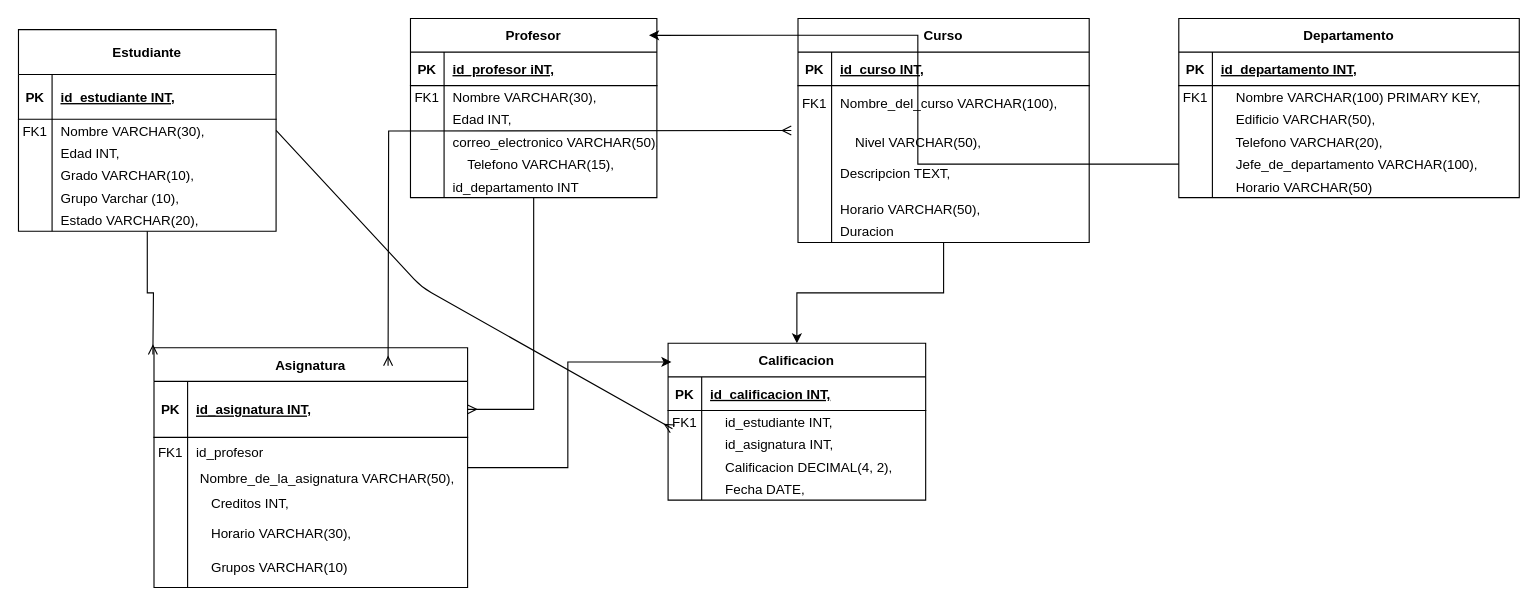
Earlier version of the draw.io diagram Diagrama/Examen3.drawio (JAntonioCoder/fbd-Juan-Antonio). Source tidied: cells renumbered, new cells numbered last; positions are measured from the earlier drawing's top-left corner, leaving out a move shared by most shapes. Both pictures are drawn from the tidied source at 112%, with x=0, y=0 at pixel (18, 18).
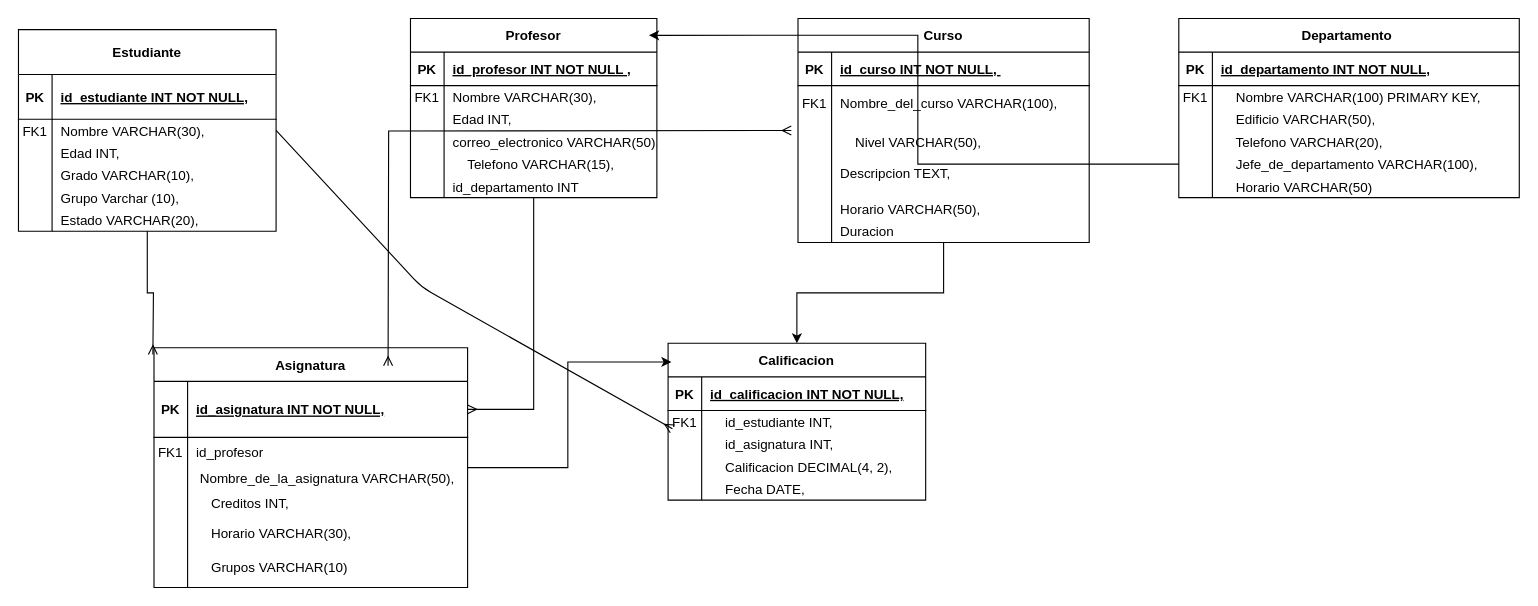
The same diagram, later.

Commit message:
Actualizacion U3 Examen

The change refers to these unchanged cells:
```xml
<mxCell id="3" style="shape=partialRectangle;fillColor=none;top=0;left=0;right=0;bottom=1;" parent="2" vertex="1">
  <mxGeometry y="40" width="230" height="40" as="geometry" />
</mxCell>
<mxCell id="23" style="shape=partialRectangle;fillColor=none;top=0;left=0;right=0;bottom=1;" parent="22" vertex="1">
  <mxGeometry y="30" width="220" height="30" as="geometry" />
</mxCell>
<mxCell id="43" style="shape=partialRectangle;fillColor=none;top=0;left=0;right=0;bottom=1;" parent="42" vertex="1">
  <mxGeometry y="30" width="260" height="30" as="geometry" />
</mxCell>
<mxCell id="62" style="shape=partialRectangle;fillColor=none;points=[[0,0.5],[1,0.5]];portConstraint=eastwest;top=0;left=0;right=0;bottom=1;" parent="61" vertex="1">
  <mxGeometry y="30" width="280" height="50" as="geometry" />
</mxCell>
<mxCell id="81" style="shape=partialRectangle;fillColor=none;top=0;left=0;right=0;bottom=1;" parent="80" vertex="1">
  <mxGeometry y="30" width="230" height="30" as="geometry" />
</mxCell>
<mxCell id="97" style="shape=partialRectangle;fillColor=none;top=0;left=0;right=0;bottom=1;" parent="96" vertex="1">
  <mxGeometry y="30" width="304" height="30" as="geometry" />
</mxCell>
```

Diff of the diagram source:
```diff
@@
-    <mxCell id="5" value="id_estudiante INT," style="shape=partialRectangle;overflow=hidden;fillColor=none;top=0;left=0;bottom=0;right=0;align=left;spacingLeft=6;fontStyle=5;" parent="3" vertex="1">
+    <mxCell id="5" value="id_estudiante INT NOT NULL," style="shape=partialRectangle;overflow=hidden;fillColor=none;top=0;left=0;bottom=0;right=0;align=left;spacingLeft=6;fontStyle=5;" parent="3" vertex="1">
       <mxGeometry x="30" width="200" height="40" as="geometry" />
     </mxCell>
@@
-    <mxCell id="25" value="id_profesor iNT," style="shape=partialRectangle;overflow=hidden;fillColor=none;top=0;left=0;bottom=0;right=0;align=left;spacingLeft=6;fontStyle=5;" parent="23" vertex="1">
+    <mxCell id="25" value="id_profesor INT NOT NULL ," style="shape=partialRectangle;overflow=hidden;fillColor=none;top=0;left=0;bottom=0;right=0;align=left;spacingLeft=6;fontStyle=5;" parent="23" vertex="1">
       <mxGeometry x="30" width="190" height="30" as="geometry" />
     </mxCell>
@@
-    <mxCell id="45" value="id_curso INT," style="shape=partialRectangle;overflow=hidden;fillColor=none;top=0;left=0;bottom=0;right=0;align=left;spacingLeft=6;fontStyle=5;" parent="43" vertex="1">
+    <mxCell id="45" value="id_curso INT NOT NULL, " style="shape=partialRectangle;overflow=hidden;fillColor=none;top=0;left=0;bottom=0;right=0;align=left;spacingLeft=6;fontStyle=5;" parent="43" vertex="1">
       <mxGeometry x="30" width="230" height="30" as="geometry" />
     </mxCell>
@@
-    <mxCell id="64" value="id_asignatura INT," style="shape=partialRectangle;overflow=hidden;fillColor=none;top=0;left=0;bottom=0;right=0;align=left;spacingLeft=6;fontStyle=5;" parent="62" vertex="1">
+    <mxCell id="64" value="id_asignatura INT NOT NULL," style="shape=partialRectangle;overflow=hidden;fillColor=none;top=0;left=0;bottom=0;right=0;align=left;spacingLeft=6;fontStyle=5;" parent="62" vertex="1">
       <mxGeometry x="30" width="250" height="50" as="geometry" />
     </mxCell>
@@
-    <mxCell id="83" value="id_calificacion INT," style="shape=partialRectangle;overflow=hidden;fillColor=none;top=0;left=0;bottom=0;right=0;align=left;spacingLeft=6;fontStyle=5;" parent="81" vertex="1">
+    <mxCell id="83" value="id_calificacion INT NOT NULL," style="shape=partialRectangle;overflow=hidden;fillColor=none;top=0;left=0;bottom=0;right=0;align=left;spacingLeft=6;fontStyle=5;" parent="81" vertex="1">
       <mxGeometry x="30" width="200" height="30" as="geometry" />
     </mxCell>
@@
-    <mxCell id="96" value="Departamento" style="shape=table;startSize=30;childLayout=tableLayout;rowLines=0;fontStyle=1;align=center;" parent="1" vertex="1">
+    <mxCell id="96" value="Departamento " style="shape=table;startSize=30;childLayout=tableLayout;rowLines=0;fontStyle=1;align=center;" parent="1" vertex="1">
       <mxGeometry x="1036" width="304" height="160" as="geometry" />
     </mxCell>
@@
-    <mxCell id="99" value="id_departamento INT," style="shape=partialRectangle;overflow=hidden;fillColor=none;top=0;left=0;bottom=0;right=0;align=left;spacingLeft=6;fontStyle=5;" parent="97" vertex="1">
+    <mxCell id="99" value="id_departamento INT NOT NULL," style="shape=partialRectangle;overflow=hidden;fillColor=none;top=0;left=0;bottom=0;right=0;align=left;spacingLeft=6;fontStyle=5;" parent="97" vertex="1">
       <mxGeometry x="30" width="274" height="30" as="geometry" />
     </mxCell>
```
